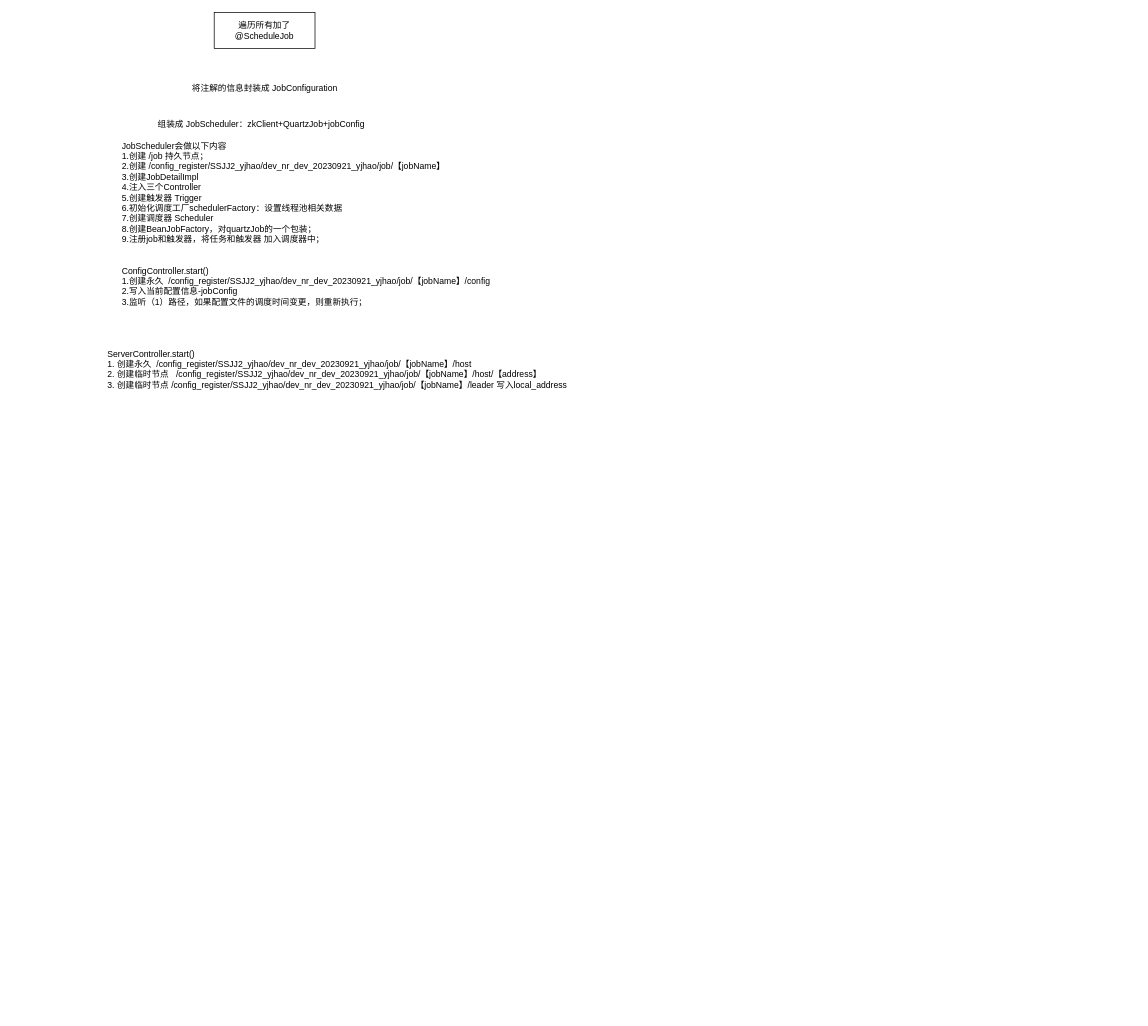
Before: SSJJ2/SS2系统定时器.drawio in Ordertiny/graph, a draw.io diagram. Source tidied: cells renumbered, new cells numbered last; positions are measured from the earlier drawing's top-left corner, leaving out a move shared by most shapes. Both pictures are drawn from the tidied source at 72%, with x=0, y=0 at pixel (106, 12).
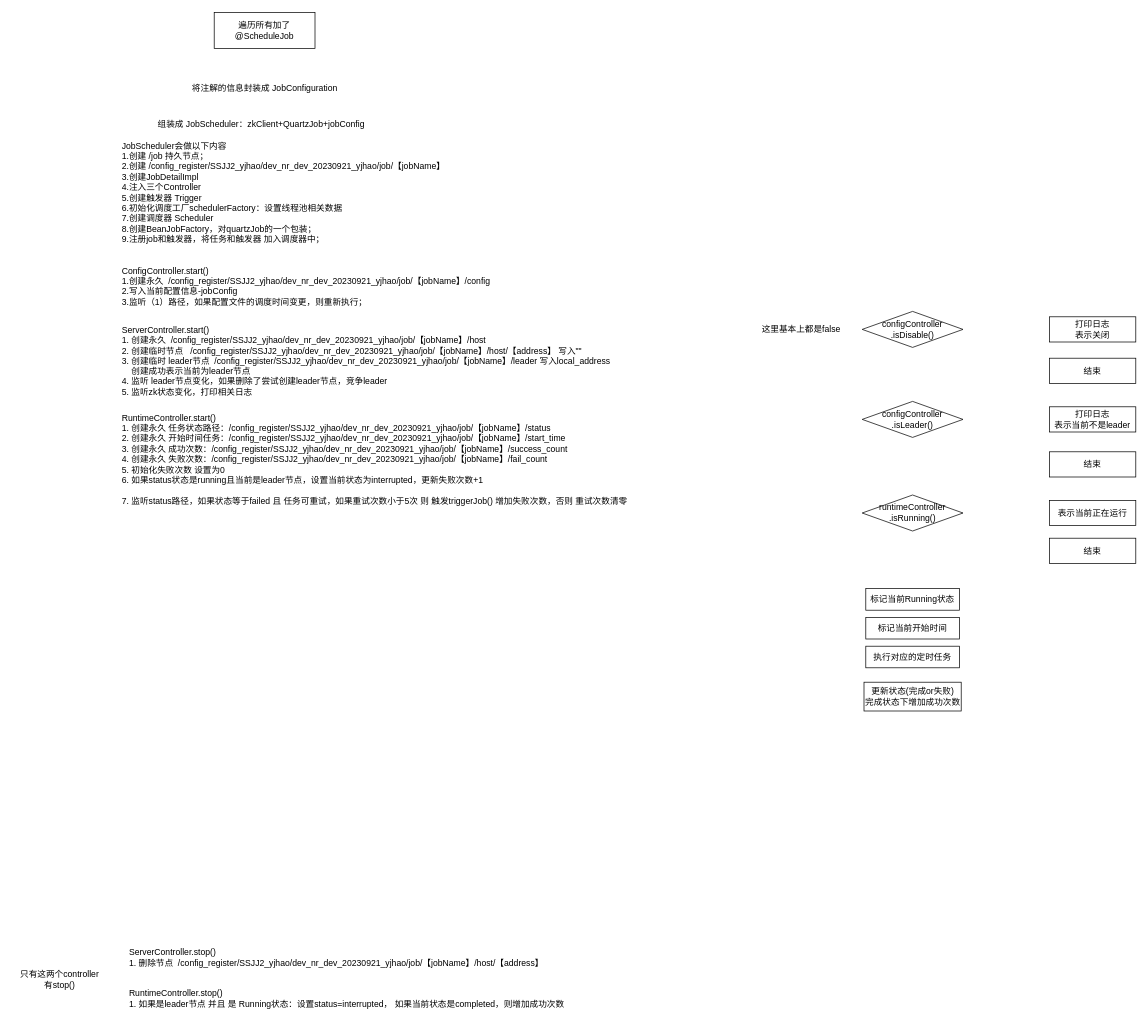
The same diagram, later.

Commit message:
更新SS2系统定时器.drawio

The edit, as a diff of the source:
```diff
@@
-    <mxCell id="7" value="ServerController.start()&lt;div&gt;1. 创建永久&amp;nbsp;&lt;span style=&quot;background-color: initial;&quot;&gt;&amp;nbsp;/config_register/SSJJ2_yjhao/dev_nr_dev_20230921_yjhao/job/【jobName】/host&lt;/span&gt;&lt;/div&gt;&lt;div&gt;&lt;span style=&quot;background-color: initial;&quot;&gt;2. 创建临时节点&amp;nbsp;&lt;/span&gt;&lt;span style=&quot;background-color: initial;&quot;&gt;&amp;nbsp;&lt;/span&gt;&lt;span style=&quot;background-color: initial;&quot;&gt;&amp;nbsp;/config_register/SSJJ2_yjhao/dev_nr_dev_20230921_yjhao/job/【jobName】/host/【address】&lt;/span&gt;&lt;/div&gt;&lt;div&gt;&lt;span style=&quot;background-color: initial;&quot;&gt;3. 创建临时节点&amp;nbsp;&lt;/span&gt;&lt;span style=&quot;background-color: initial;&quot;&gt;/config_register/SSJJ2_yjhao/dev_nr_dev_20230921_yjhao/job/【jobName】/leader 写入local_address&lt;/span&gt;&lt;/div&gt;&lt;div&gt;&lt;span style=&quot;background-color: initial;&quot;&gt;&lt;br&gt;&lt;/span&gt;&lt;/div&gt;" style="text;html=1;align=left;verticalAlign=middle;strokeColor=none;fillColor=none;" parent="1" vertex="1">
-      <mxGeometry y="458" width="660" height="90" as="geometry" />
+    <mxCell id="7" value="ServerController.start()&lt;div&gt;1. 创建永久&amp;nbsp;&lt;span style=&quot;background-color: initial;&quot;&gt;&amp;nbsp;/config_register/SSJJ2_yjhao/dev_nr_dev_20230921_yjhao/job/【jobName】/host&lt;/span&gt;&lt;/div&gt;&lt;div&gt;&lt;span style=&quot;background-color: initial;&quot;&gt;2. 创建临时节点&amp;nbsp;&lt;/span&gt;&lt;span style=&quot;background-color: initial;&quot;&gt;&amp;nbsp;&lt;/span&gt;&lt;span style=&quot;background-color: initial;&quot;&gt;&amp;nbsp;/config_register/SSJJ2_yjhao/dev_nr_dev_20230921_yjhao/job/【jobName】/host/【address】 写入&quot;&quot;&lt;/span&gt;&lt;span style=&quot;background-color: initial;&quot;&gt;&lt;br&gt;&lt;/span&gt;&lt;/div&gt;&lt;div&gt;&lt;span style=&quot;background-color: initial;&quot;&gt;3. 创建临时 leader节点&amp;nbsp;&lt;/span&gt;&lt;span style=&quot;background-color: initial;&quot;&gt;&amp;nbsp;/config_register/SSJJ2_yjhao/dev_nr_dev_20230921_yjhao/job/【jobName】/&lt;/span&gt;leader&amp;nbsp;&lt;span style=&quot;background-color: initial;&quot;&gt;写入&lt;/span&gt;&lt;span style=&quot;background-color: initial;&quot;&gt;local_address&lt;/span&gt;&lt;/div&gt;&lt;div&gt;&lt;span style=&quot;background-color: initial;&quot;&gt;&amp;nbsp; &amp;nbsp; 创建成功表示当前为leader节点&lt;/span&gt;&lt;/div&gt;&lt;div&gt;&lt;span style=&quot;background-color: initial;&quot;&gt;4. 监听 leader节点变化，如果删除了尝试创建leader节点，竞争leader&lt;/span&gt;&lt;/div&gt;&lt;div&gt;&lt;span style=&quot;background-color: initial;&quot;&gt;5. 监听zk状态变化，打印相关日志&lt;/span&gt;&lt;/div&gt;&lt;div&gt;&lt;span style=&quot;background-color: initial;&quot;&gt;&lt;br&gt;&lt;/span&gt;&lt;/div&gt;&lt;div&gt;&lt;span style=&quot;background-color: initial;&quot;&gt;&lt;br&gt;&lt;/span&gt;&lt;/div&gt;&lt;div&gt;&lt;span style=&quot;background-color: initial;&quot;&gt;&lt;br&gt;&lt;/span&gt;&lt;/div&gt;&lt;div&gt;&lt;br&gt;&lt;/div&gt;&lt;div&gt;&lt;span style=&quot;background-color: initial;&quot;&gt;&lt;br&gt;&lt;/span&gt;&lt;/div&gt;" style="text;html=1;align=left;verticalAlign=middle;strokeColor=none;fillColor=none;" parent="1" vertex="1">
+      <mxGeometry x="20" y="425" width="700" height="190" as="geometry" />
     </mxCell>
+    <mxCell id="8" value="RuntimeController.start()&lt;div&gt;1. 创建永久 任务状态路径：/config_register/SSJJ2_yjhao/dev_nr_dev_20230921_yjhao/job/【jobName】/status&lt;/div&gt;&lt;div&gt;2. 创建永久 开始时间任务：&lt;span style=&quot;background-color: initial;&quot;&gt;/config_register/SSJJ2_yjhao/dev_nr_dev_20230921_yjhao/job/【jobName】/&lt;/span&gt;&lt;span style=&quot;background-color: initial;&quot;&gt;start_time&lt;/span&gt;&lt;/div&gt;&lt;div&gt;&lt;span style=&quot;background-color: initial;&quot;&gt;3. 创建永久 成功次数：&lt;/span&gt;&lt;span style=&quot;background-color: initial;&quot;&gt;/config_register/SSJJ2_yjhao/dev_nr_dev_20230921_yjhao/job/【jobName】/&lt;/span&gt;&lt;span style=&quot;background-color: initial;&quot;&gt;success_count&lt;/span&gt;&lt;/div&gt;&lt;div&gt;&lt;span style=&quot;background-color: initial;&quot;&gt;4. 创建永久 失败次数：&lt;/span&gt;&lt;span style=&quot;background-color: initial;&quot;&gt;/config_register/SSJJ2_yjhao/dev_nr_dev_20230921_yjhao/job/【jobName】/&lt;/span&gt;&lt;span style=&quot;background-color: initial;&quot;&gt;fail_count&lt;/span&gt;&lt;/div&gt;&lt;div&gt;&lt;span style=&quot;background-color: initial;&quot;&gt;5. 初始化失败次数 设置为0&lt;/span&gt;&lt;/div&gt;&lt;div&gt;&lt;span style=&quot;background-color: initial;&quot;&gt;6. 如果status状态是running且当前是leader节点，设置当前状态为&lt;/span&gt;&lt;span style=&quot;background-color: initial;&quot;&gt;interrupted，更新失败次数+1&lt;/span&gt;&lt;/div&gt;&lt;div&gt;&lt;span style=&quot;background-color: initial;&quot;&gt;&lt;br&gt;&lt;/span&gt;&lt;/div&gt;&lt;div&gt;&lt;span style=&quot;background-color: initial;&quot;&gt;7. 监听status路径，如果状态等于&lt;/span&gt;&lt;span style=&quot;background-color: initial;&quot;&gt;failed 且 任务可重试，如果重试次数小于5次 则 触发&lt;/span&gt;&lt;span style=&quot;background-color: initial;&quot;&gt;triggerJob() 增加失败次数，否则 重试次数清零&lt;/span&gt;&lt;/div&gt;&lt;div&gt;&lt;span style=&quot;background-color: initial;&quot;&gt;&amp;nbsp;&lt;/span&gt;&lt;/div&gt;" style="text;html=1;align=left;verticalAlign=middle;strokeColor=none;fillColor=none;" parent="1" vertex="1">
+      <mxGeometry x="20" y="547.5" width="730" height="160" as="geometry" />
+    </mxCell>
+    <mxCell id="9" value="ServerController.stop()&lt;div&gt;1. 删除节点&amp;nbsp;&lt;span style=&quot;background-color: initial;&quot;&gt;&amp;nbsp;/config_register/SSJJ2_yjhao/dev_nr_dev_20230921_yjhao/job/【jobName】/host/【address】&lt;/span&gt;&lt;/div&gt;&lt;div&gt;&lt;br&gt;&lt;/div&gt;" style="text;html=1;align=left;verticalAlign=middle;strokeColor=none;fillColor=none;" parent="1" vertex="1">
+      <mxGeometry x="30" y="1290" width="600" height="60" as="geometry" />
+    </mxCell>
+    <mxCell id="10" value="RuntimeController.stop()&lt;div&gt;1. 如果是leader节点 并且 是 Running状态：设置status=interrupted， 如果当前状态是completed，则增加成功次数&lt;/div&gt;" style="text;html=1;align=left;verticalAlign=middle;strokeColor=none;fillColor=none;" parent="1" vertex="1">
+      <mxGeometry x="30" y="1350" width="630" height="40" as="geometry" />
+    </mxCell>
+    <mxCell id="11" value="只有这两个controller&lt;div&gt;有stop()&lt;/div&gt;" style="text;html=1;align=center;verticalAlign=middle;strokeColor=none;fillColor=none;" parent="1" vertex="1">
+      <mxGeometry x="-130" y="1323" width="130" height="40" as="geometry" />
+    </mxCell>
+    <mxCell id="12" value="configController&lt;div&gt;.isDisable()&lt;/div&gt;" style="rhombus;whiteSpace=wrap;html=1;" parent="1" vertex="1">
+      <mxGeometry x="1050" y="415" width="140" height="50" as="geometry" />
+    </mxCell>
+    <mxCell id="13" value="这里基本上都是false" style="text;html=1;align=center;verticalAlign=middle;strokeColor=none;fillColor=none;" parent="1" vertex="1">
+      <mxGeometry x="900" y="425" width="130" height="30" as="geometry" />
+    </mxCell>
+    <mxCell id="14" value="打印日志&lt;div&gt;表示关闭&lt;/div&gt;" style="rounded=0;whiteSpace=wrap;html=1;" parent="1" vertex="1">
+      <mxGeometry x="1310" y="422.5" width="120" height="35" as="geometry" />
+    </mxCell>
+    <mxCell id="15" value="结束" style="rounded=0;whiteSpace=wrap;html=1;" parent="1" vertex="1">
+      <mxGeometry x="1310" y="480" width="120" height="35" as="geometry" />
+    </mxCell>
+    <mxCell id="16" value="configController&lt;div&gt;.isLeader()&lt;/div&gt;" style="rhombus;whiteSpace=wrap;html=1;" parent="1" vertex="1">
+      <mxGeometry x="1050" y="540" width="140" height="50" as="geometry" />
+    </mxCell>
+    <mxCell id="17" value="打印日志&lt;div&gt;表示当前不是leader&lt;/div&gt;" style="rounded=0;whiteSpace=wrap;html=1;" parent="1" vertex="1">
+      <mxGeometry x="1310" y="547.5" width="120" height="35" as="geometry" />
+    </mxCell>
+    <mxCell id="18" value="结束" style="rounded=0;whiteSpace=wrap;html=1;" parent="1" vertex="1">
+      <mxGeometry x="1310" y="610" width="120" height="35" as="geometry" />
+    </mxCell>
+    <mxCell id="19" value="runtimeController&lt;div&gt;.isRunning()&lt;br&gt;&lt;/div&gt;" style="rhombus;whiteSpace=wrap;html=1;" parent="1" vertex="1">
+      <mxGeometry x="1050" y="670" width="140" height="50" as="geometry" />
+    </mxCell>
+    <mxCell id="20" value="表示当前正在运行" style="rounded=0;whiteSpace=wrap;html=1;" parent="1" vertex="1">
+      <mxGeometry x="1310" y="677.5" width="120" height="35" as="geometry" />
+    </mxCell>
+    <mxCell id="21" value="结束" style="rounded=0;whiteSpace=wrap;html=1;" parent="1" vertex="1">
+      <mxGeometry x="1310" y="730" width="120" height="35" as="geometry" />
+    </mxCell>
+    <mxCell id="22" style="edgeStyle=orthogonalEdgeStyle;rounded=0;orthogonalLoop=1;jettySize=auto;html=1;exitX=0.5;exitY=1;exitDx=0;exitDy=0;" parent="1" edge="1" source="21" target="21">
+      <mxGeometry relative="1" as="geometry" />
+    </mxCell>
+    <mxCell id="23" value="标记当前Running状态" style="rounded=0;whiteSpace=wrap;html=1;" parent="1" vertex="1">
+      <mxGeometry x="1055" y="800" width="130" height="30" as="geometry" />
+    </mxCell>
+    <mxCell id="24" value="标记当前开始时间" style="rounded=0;whiteSpace=wrap;html=1;" parent="1" vertex="1">
+      <mxGeometry x="1055" y="840" width="130" height="30" as="geometry" />
+    </mxCell>
+    <mxCell id="25" value="执行对应的定时任务" style="rounded=0;whiteSpace=wrap;html=1;" parent="1" vertex="1">
+      <mxGeometry x="1055" y="880" width="130" height="30" as="geometry" />
+    </mxCell>
+    <mxCell id="26" value="更新状态(完成or失败)&lt;div&gt;完成状态下增加成功次数&lt;/div&gt;" style="rounded=0;whiteSpace=wrap;html=1;" parent="1" vertex="1">
+      <mxGeometry x="1052.5" y="930" width="135" height="40" as="geometry" />
+    </mxCell>
```
